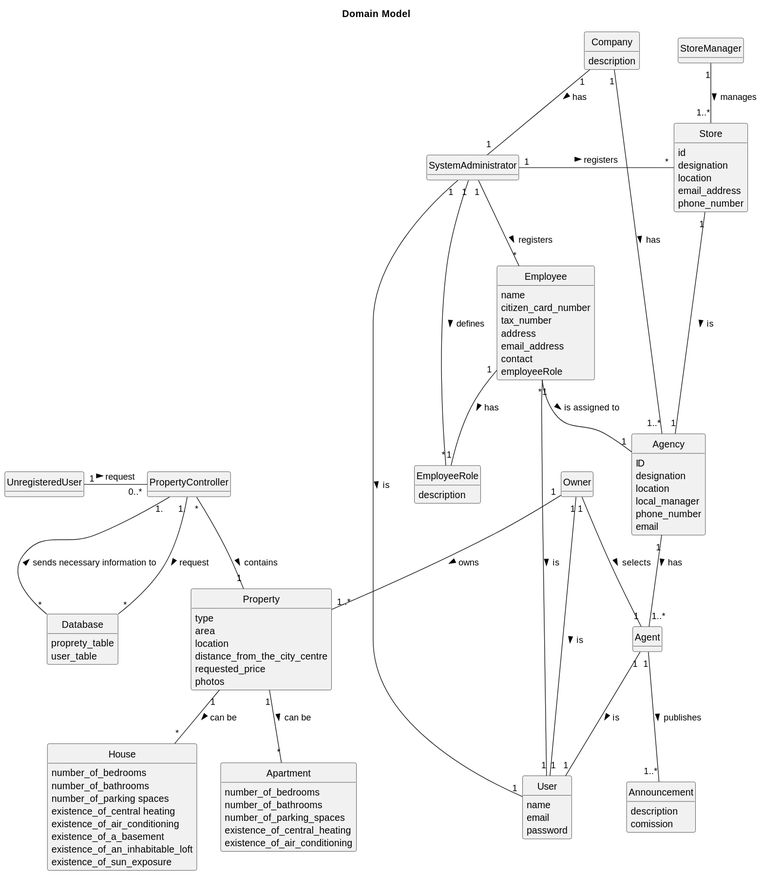
This is docs/Sprint-A/global-artifacts/02.analysis/svg/project-domain-model.svg from Rodrick0209/ISEP-LAPR2-22-23, a PlantUML export, as it was before one commit.
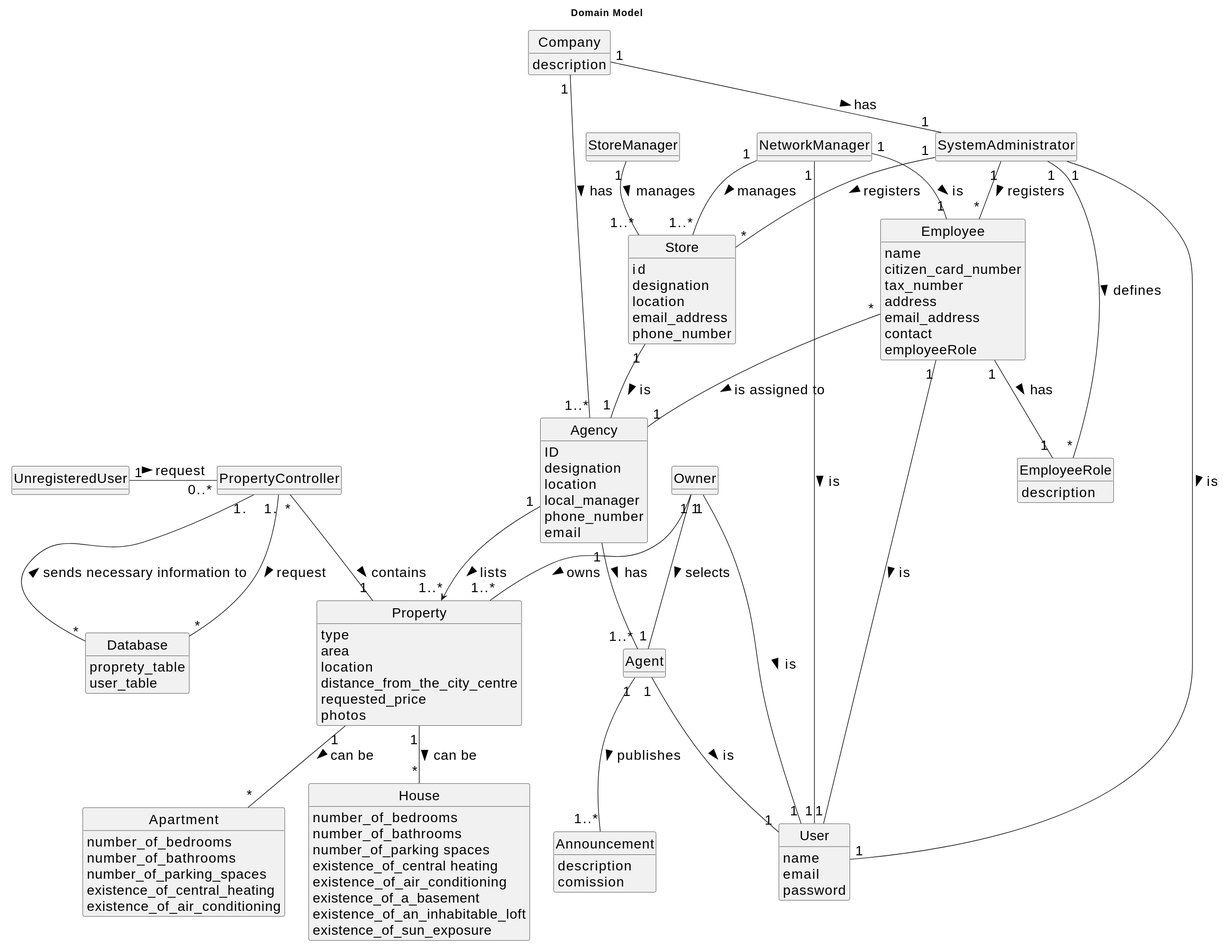
After the change.

What changed in the source:
```diff
@@ -1,4 +1,5 @@
 @startuml
+skinparamlocked defaultFontSize 20
 skinparam monochrome true
 skinparam packageStyle rectangle
 skinparam shadowing false
@@ -20,6 +21,9 @@
 }
 
 class SystemAdministrator{
+}
+
+class NetworkManager{
 }
 
 class EmployeeRole{
@@ -114,4 +118,8 @@
 Employee "1" -- "1" User : is >
 Agent "1" -- "1" User : is >
 Owner "1" -- "1" User : is >
+NetworkManager "1" -- "1" User : is >
+NetworkManager "1" -- "1" Employee : is >
+NetworkManager "1" -- "1..*" Store : manages >
+Agency "1" --> "1..*" Property : lists >
 @enduml
```
